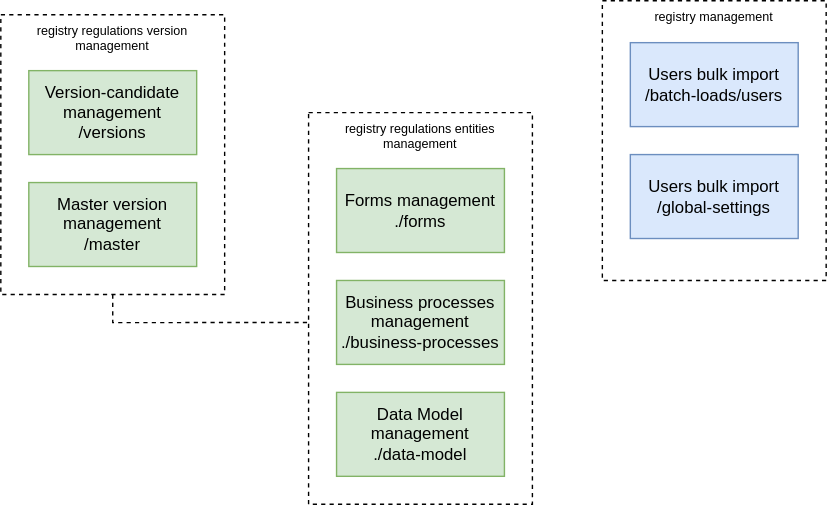
epam/edp-ddm-registry-regulation-management keeps this draw.io diagram as docs/modules/admin-portal-backend/images/rest-api-structure.svg. Above is the earlier version. Source tidied: cells renumbered, new cells last; positions are measured from the earlier drawing's top-left corner, leaving out a move shared by most shapes.
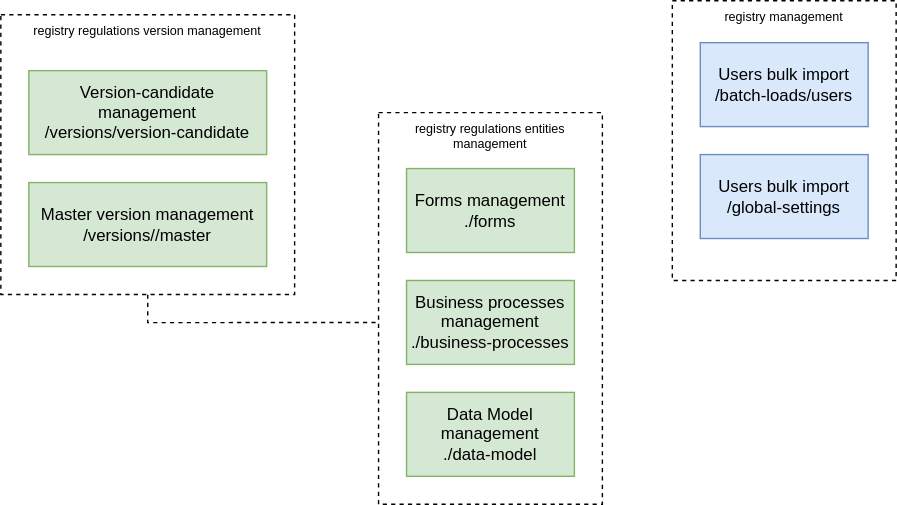
The same file after the commit.

What changed in the source:
```diff
@@ -12,13 +12,13 @@
       <mxGeometry relative="1" as="geometry" />
     </mxCell>
     <mxCell id="5" value="registry regulations version management" style="rounded=0;whiteSpace=wrap;html=1;dashed=1;verticalAlign=top;fontSize=9;" parent="1" vertex="1">
-      <mxGeometry y="10" width="160" height="200" as="geometry" />
+      <mxGeometry x="-50" y="10" width="210" height="200" as="geometry" />
     </mxCell>
-    <mxCell id="6" value="Version-candidate management&lt;br&gt;/versions" style="rounded=0;whiteSpace=wrap;html=1;fillColor=#d5e8d4;strokeColor=#82b366;" parent="1" vertex="1">
-      <mxGeometry x="20" y="50" width="120" height="60" as="geometry" />
+    <mxCell id="6" value="Version-candidate management&lt;br&gt;/versions/version-candidate" style="rounded=0;whiteSpace=wrap;html=1;fillColor=#d5e8d4;strokeColor=#82b366;" parent="1" vertex="1">
+      <mxGeometry x="-30" y="50" width="170" height="60" as="geometry" />
     </mxCell>
-    <mxCell id="7" value="Master version management&lt;br&gt;/master" style="rounded=0;whiteSpace=wrap;html=1;fillColor=#d5e8d4;strokeColor=#82b366;" parent="1" vertex="1">
-      <mxGeometry x="20" y="130" width="120" height="60" as="geometry" />
+    <mxCell id="7" value="Master version management&lt;br&gt;/versions//master" style="rounded=0;whiteSpace=wrap;html=1;fillColor=#d5e8d4;strokeColor=#82b366;" parent="1" vertex="1">
+      <mxGeometry x="-30" y="130" width="170" height="60" as="geometry" />
     </mxCell>
     <mxCell id="8" value="Users bulk import&lt;br&gt;/batch-loads/users" style="rounded=0;whiteSpace=wrap;html=1;fillColor=#dae8fc;strokeColor=#6c8ebf;" parent="1" vertex="1">
       <mxGeometry x="450" y="30" width="120" height="60" as="geometry" />
```
